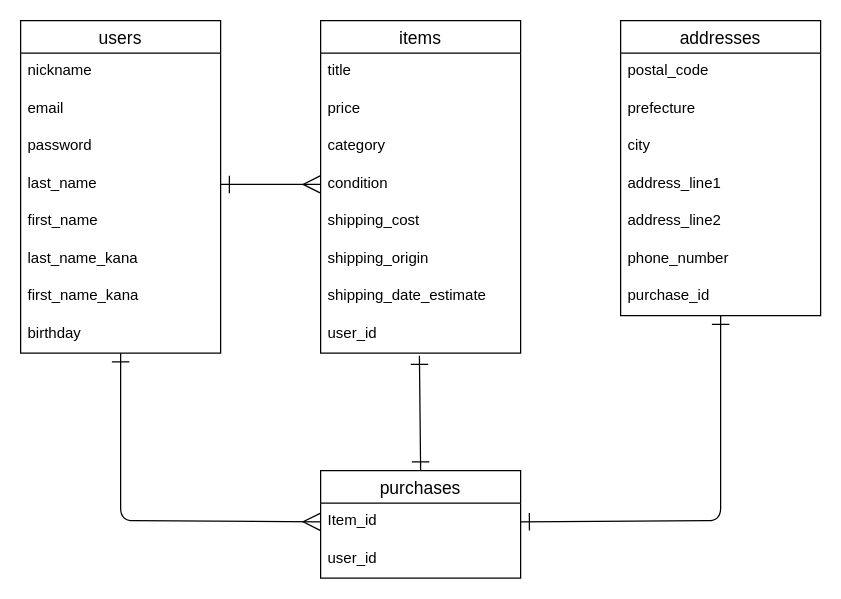
Before: ER.dio in mehoni/furima-41583, a draw.io diagram. Source tidied: cells renumbered, new cells numbered last; positions are measured from the earlier drawing's top-left corner, leaving out a move shared by most shapes. Both pictures are drawn from the tidied source at 125%, with x=0, y=0 at pixel (20, 20).
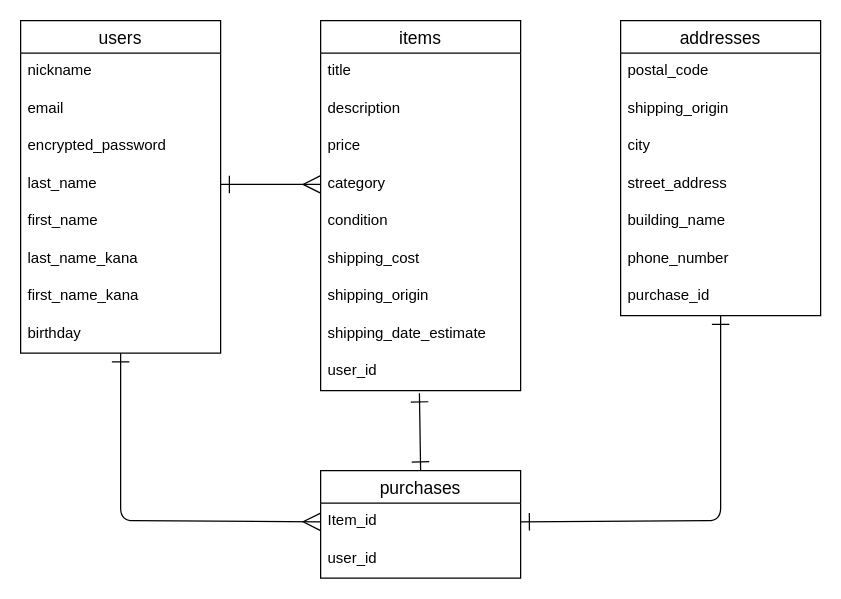
Above is the later version.

Commit message (it also covers changes not shown here):
データベース設計_修正2

The change refers to these unchanged cells:
```xml
<mxCell id="3" value="users" style="swimlane;fontStyle=0;horizontal=1;startSize=26;align=center;fontSize=14;" parent="1" vertex="1">
  <mxGeometry width="160" height="266" as="geometry" />
</mxCell>
<mxCell id="7" value="last_name" style="text;strokeColor=none;fillColor=none;spacingLeft=4;spacingRight=4;overflow=hidden;points=[[0,0.5],[1,0.5]];portConstraint=eastwest;fontSize=12;" parent="3" vertex="1">
  <mxGeometry y="116" width="160" height="30" as="geometry" />
</mxCell>
<mxCell id="22" value="addresses" style="swimlane;fontStyle=0;horizontal=1;startSize=26;align=center;fontSize=14;" parent="1" vertex="1">
  <mxGeometry x="480" width="160" height="236" as="geometry" />
</mxCell>
```

The edit, as a diff of the source:
```diff
@@
-    <mxCell id="6" value="password" style="text;strokeColor=none;fillColor=none;spacingLeft=4;spacingRight=4;overflow=hidden;fontSize=12;" parent="3" vertex="1">
+    <mxCell id="6" value="encrypted_password" style="text;strokeColor=none;fillColor=none;spacingLeft=4;spacingRight=4;overflow=hidden;fontSize=12;" parent="3" vertex="1">
       <mxGeometry y="86" width="160" height="30" as="geometry" />
     </mxCell>
@@
     <mxCell id="13" value="items" style="swimlane;fontStyle=0;horizontal=1;startSize=26;align=center;fontSize=14;" parent="1" vertex="1">
-      <mxGeometry x="240" width="160" height="266" as="geometry" />
+      <mxGeometry x="240" width="160" height="296" as="geometry" />
     </mxCell>
@@
+    <mxCell id="35" value="description" style="text;strokeColor=none;fillColor=none;spacingLeft=4;spacingRight=4;overflow=hidden;fontSize=12;" parent="13" vertex="1">
+      <mxGeometry y="56" width="160" height="30" as="geometry" />
+    </mxCell>
     <mxCell id="15" value="price" style="text;strokeColor=none;fillColor=none;spacingLeft=4;spacingRight=4;overflow=hidden;fontSize=12;" parent="13" vertex="1">
-      <mxGeometry y="56" width="160" height="30" as="geometry" />
+      <mxGeometry y="86" width="160" height="30" as="geometry" />
     </mxCell>
     <mxCell id="16" value="category" style="text;strokeColor=none;fillColor=none;spacingLeft=4;spacingRight=4;overflow=hidden;points=[[0,0.5],[1,0.5]];portConstraint=eastwest;fontSize=12;" parent="13" vertex="1">
-      <mxGeometry y="86" width="160" height="30" as="geometry" />
+      <mxGeometry y="116" width="160" height="30" as="geometry" />
     </mxCell>
     <mxCell id="17" value="condition" style="text;strokeColor=none;fillColor=none;spacingLeft=4;spacingRight=4;overflow=hidden;points=[[0,0.5],[1,0.5]];portConstraint=eastwest;fontSize=12;" parent="13" vertex="1">
-      <mxGeometry y="116" width="160" height="30" as="geometry" />
+      <mxGeometry y="146" width="160" height="30" as="geometry" />
     </mxCell>
     <mxCell id="18" value="shipping_cost" style="text;strokeColor=none;fillColor=none;spacingLeft=4;spacingRight=4;overflow=hidden;fontSize=12;" parent="13" vertex="1">
-      <mxGeometry y="146" width="160" height="30" as="geometry" />
+      <mxGeometry y="176" width="160" height="30" as="geometry" />
     </mxCell>
     <mxCell id="19" value="shipping_origin" style="text;strokeColor=none;fillColor=none;spacingLeft=4;spacingRight=4;overflow=hidden;fontSize=12;" parent="13" vertex="1">
-      <mxGeometry y="176" width="160" height="30" as="geometry" />
+      <mxGeometry y="206" width="160" height="30" as="geometry" />
     </mxCell>
     <mxCell id="20" value="shipping_date_estimate" style="text;strokeColor=none;fillColor=none;spacingLeft=4;spacingRight=4;overflow=hidden;fontSize=12;" parent="13" vertex="1">
-      <mxGeometry y="206" width="160" height="30" as="geometry" />
+      <mxGeometry y="236" width="160" height="30" as="geometry" />
     </mxCell>
     <mxCell id="21" value="user_id" style="text;strokeColor=none;fillColor=none;spacingLeft=4;spacingRight=4;overflow=hidden;points=[[0,0.5],[1,0.5]];portConstraint=eastwest;fontSize=12;" parent="13" vertex="1">
-      <mxGeometry y="236" width="160" height="30" as="geometry" />
+      <mxGeometry y="266" width="160" height="30" as="geometry" />
     </mxCell>
@@
-    <mxCell id="24" value="prefecture" style="text;strokeColor=none;fillColor=none;spacingLeft=4;spacingRight=4;overflow=hidden;fontSize=12;" parent="22" vertex="1">
+    <mxCell id="24" value="shipping_origin" style="text;strokeColor=none;fillColor=none;spacingLeft=4;spacingRight=4;overflow=hidden;fontSize=12;" parent="22" vertex="1">
       <mxGeometry y="56" width="160" height="30" as="geometry" />
     </mxCell>
@@
-    <mxCell id="26" value="address_line1" style="text;strokeColor=none;fillColor=none;spacingLeft=4;spacingRight=4;overflow=hidden;fontSize=12;" parent="22" vertex="1">
+    <mxCell id="26" value="street_address" style="text;strokeColor=none;fillColor=none;spacingLeft=4;spacingRight=4;overflow=hidden;fontSize=12;" parent="22" vertex="1">
       <mxGeometry y="116" width="160" height="30" as="geometry" />
     </mxCell>
-    <mxCell id="27" value="address_line2" style="text;strokeColor=none;fillColor=none;spacingLeft=4;spacingRight=4;overflow=hidden;fontSize=12;" parent="22" vertex="1">
+    <mxCell id="27" value="building_name" style="text;strokeColor=none;fillColor=none;spacingLeft=4;spacingRight=4;overflow=hidden;fontSize=12;" parent="22" vertex="1">
       <mxGeometry y="146" width="160" height="30" as="geometry" />
     </mxCell>
@@
-    <mxCell id="30" style="edgeStyle=none;html=1;exitX=1;exitY=0.5;exitDx=0;exitDy=0;endArrow=ERmany;endFill=0;startArrow=ERone;startFill=0;endSize=12;startSize=12;entryX=0;entryY=0.5;entryDx=0;entryDy=0;" parent="1" edge="1" source="7" target="17">
+    <mxCell id="30" style="edgeStyle=none;html=1;exitX=1;exitY=0.5;exitDx=0;exitDy=0;endArrow=ERmany;endFill=0;startArrow=ERone;startFill=0;endSize=12;startSize=12;entryX=0;entryY=0.5;entryDx=0;entryDy=0;" parent="1" edge="1" source="7" target="16">
       <mxGeometry relative="1" as="geometry" />
     </mxCell>
```
